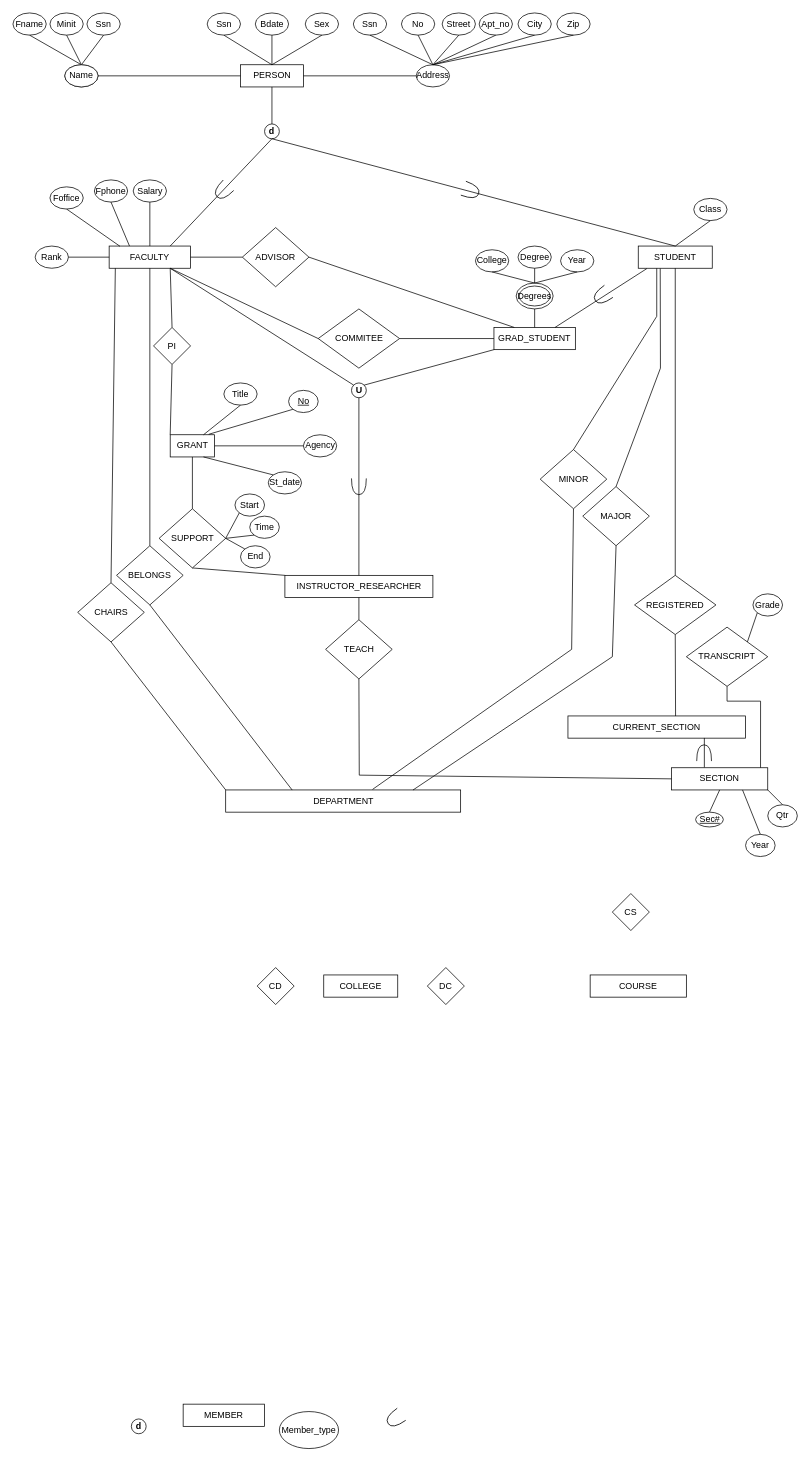
This is page "Page-4" (4 of 4) of 3.25.drawio from DuvNguyen/database, a draw.io file, before an edit. Source tidied: cells renumbered, new cells numbered last; positions are measured from the earlier drawing's top-left corner, leaving out a move shared by most shapes. Both pictures are drawn from the tidied source at 74%, with x=0, y=0 at pixel (13, 13).
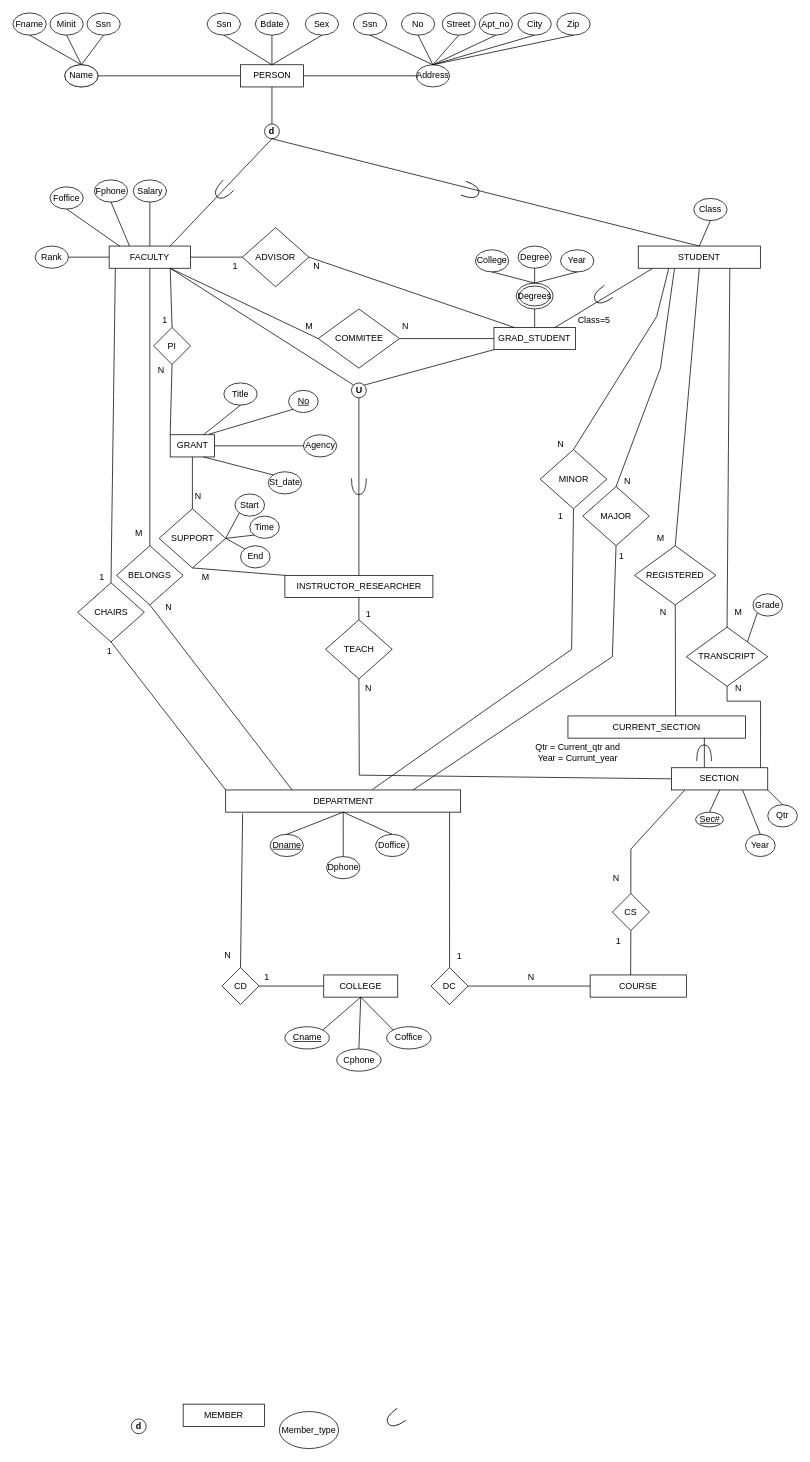
After the change.

The change refers to these unchanged cells:
```xml
<mxCell id="16" value="DEPARTMENT" style="rounded=0;whiteSpace=wrap;html=1;" parent="1" vertex="1">
  <mxGeometry x="287.5" y="1050" width="317.5" height="30" as="geometry" />
</mxCell>
<mxCell id="18" value="COLLEGE" style="rounded=0;whiteSpace=wrap;html=1;" parent="1" vertex="1">
  <mxGeometry x="420" y="1300" width="100" height="30" as="geometry" />
</mxCell>
<mxCell id="20" value="COURSE" style="rounded=0;whiteSpace=wrap;html=1;" parent="1" vertex="1">
  <mxGeometry x="780" y="1300" width="130" height="30" as="geometry" />
</mxCell>
<mxCell id="23" value="TRANSCRIPT" style="rhombus;whiteSpace=wrap;html=1;" parent="1" vertex="1">
  <mxGeometry x="910" y="830" width="110" height="80" as="geometry" />
</mxCell>
<mxCell id="92" value="SECTION" style="rounded=0;whiteSpace=wrap;html=1;" parent="1" vertex="1">
  <mxGeometry x="890" y="1020" width="130" height="30" as="geometry" />
</mxCell>
<mxCell id="113" value="CS" style="rhombus;whiteSpace=wrap;html=1;" parent="1" vertex="1">
  <mxGeometry x="810" y="1190" width="50" height="50" as="geometry" />
</mxCell>
```

Diff of the diagram source:
```diff
@@
     <mxCell id="17" value="CD" style="rhombus;whiteSpace=wrap;html=1;" parent="1" vertex="1">
-      <mxGeometry x="330" y="1290" width="50" height="50" as="geometry" />
+      <mxGeometry x="282.5" y="1290" width="50" height="50" as="geometry" />
     </mxCell>
@@
     <mxCell id="19" value="DC" style="rhombus;whiteSpace=wrap;html=1;" parent="1" vertex="1">
-      <mxGeometry x="560" y="1290" width="50" height="50" as="geometry" />
+      <mxGeometry x="565" y="1290" width="50" height="50" as="geometry" />
     </mxCell>
@@
     <mxCell id="22" value="REGISTERED" style="rhombus;whiteSpace=wrap;html=1;" parent="1" vertex="1">
-      <mxGeometry x="840" y="760" width="110" height="80" as="geometry" />
+      <mxGeometry x="840" y="720" width="110" height="80" as="geometry" />
     </mxCell>
@@
     <mxCell id="24" value="STUDENT" style="rounded=0;whiteSpace=wrap;html=1;" parent="1" vertex="1">
-      <mxGeometry x="845" y="315" width="100" height="30" as="geometry" />
+      <mxGeometry x="845" y="315" width="165" height="30" as="geometry" />
     </mxCell>
@@
+    <mxCell id="136" style="endArrow=none;html=1;rounded=0;entryX=0.75;entryY=1;entryDx=0;entryDy=0;exitX=0.5;exitY=0;exitDx=0;exitDy=0;" parent="1" edge="1" source="23" target="24">
+      <mxGeometry relative="1" as="geometry" />
+    </mxCell>
+    <mxCell id="137" value="&lt;u&gt;Dname&lt;/u&gt;" style="ellipse;whiteSpace=wrap;html=1;" parent="1" vertex="1">
+      <mxGeometry x="347.5" y="1110" width="45" height="30" as="geometry" />
+    </mxCell>
+    <mxCell id="138" value="Dphone" style="ellipse;whiteSpace=wrap;html=1;" parent="1" vertex="1">
+      <mxGeometry x="423.8" y="1140" width="45" height="30" as="geometry" />
+    </mxCell>
+    <mxCell id="139" value="Doffice" style="ellipse;whiteSpace=wrap;html=1;" parent="1" vertex="1">
+      <mxGeometry x="490" y="1110" width="45" height="30" as="geometry" />
+    </mxCell>
+    <mxCell id="140" style="endArrow=none;html=1;rounded=0;entryX=0.5;entryY=1;entryDx=0;entryDy=0;exitX=0.5;exitY=0;exitDx=0;exitDy=0;" parent="1" edge="1" source="137" target="16">
+      <mxGeometry relative="1" as="geometry" />
+    </mxCell>
+    <mxCell id="141" style="endArrow=none;html=1;rounded=0;entryX=0.5;entryY=1;entryDx=0;entryDy=0;exitX=0.5;exitY=0;exitDx=0;exitDy=0;" parent="1" edge="1" source="138" target="16">
+      <mxGeometry relative="1" as="geometry" />
+    </mxCell>
+    <mxCell id="142" style="endArrow=none;html=1;rounded=0;entryX=0.5;entryY=1;entryDx=0;entryDy=0;exitX=0.5;exitY=0;exitDx=0;exitDy=0;" parent="1" edge="1" source="139" target="16">
+      <mxGeometry relative="1" as="geometry" />
+    </mxCell>
+    <mxCell id="143" value="&lt;u&gt;Cname&lt;/u&gt;" style="ellipse;whiteSpace=wrap;html=1;" parent="1" vertex="1">
+      <mxGeometry x="367.5" y="1370" width="60" height="30" as="geometry" />
+    </mxCell>
+    <mxCell id="144" value="Cphone" style="ellipse;whiteSpace=wrap;html=1;" parent="1" vertex="1">
+      <mxGeometry x="437.5" y="1400" width="60" height="30" as="geometry" />
+    </mxCell>
+    <mxCell id="145" value="Coffice" style="ellipse;whiteSpace=wrap;html=1;" parent="1" vertex="1">
+      <mxGeometry x="505" y="1370" width="60" height="30" as="geometry" />
+    </mxCell>
+    <mxCell id="146" style="endArrow=none;html=1;rounded=0;entryX=1;entryY=0.5;entryDx=0;entryDy=0;exitX=0;exitY=0.5;exitDx=0;exitDy=0;" parent="1" edge="1" source="18" target="17">
+      <mxGeometry relative="1" as="geometry" />
+    </mxCell>
+    <mxCell id="147" style="endArrow=none;html=1;rounded=0;entryX=0.5;entryY=1;entryDx=0;entryDy=0;exitX=1;exitY=0;exitDx=0;exitDy=0;" parent="1" edge="1" source="143" target="18">
+      <mxGeometry relative="1" as="geometry" />
+    </mxCell>
+    <mxCell id="148" style="endArrow=none;html=1;rounded=0;exitX=0.5;exitY=0;exitDx=0;exitDy=0;" parent="1" edge="1" source="144">
+      <mxGeometry relative="1" as="geometry">
+        <mxPoint x="470" y="1330" as="targetPoint" />
+      </mxGeometry>
+    </mxCell>
+    <mxCell id="149" style="endArrow=none;html=1;rounded=0;entryX=0.5;entryY=1;entryDx=0;entryDy=0;exitX=0;exitY=0;exitDx=0;exitDy=0;" parent="1" edge="1" source="145" target="18">
+      <mxGeometry relative="1" as="geometry" />
+    </mxCell>
+    <mxCell id="150" style="endArrow=none;html=1;rounded=0;entryX=0.072;entryY=1.059;entryDx=0;entryDy=0;entryPerimeter=0;exitX=0.5;exitY=0;exitDx=0;exitDy=0;" parent="1" edge="1" source="17" target="16">
+      <mxGeometry relative="1" as="geometry" />
+    </mxCell>
+    <mxCell id="151" style="endArrow=none;html=1;rounded=0;entryX=0.953;entryY=1;entryDx=0;entryDy=0;entryPerimeter=0;exitX=0.5;exitY=0;exitDx=0;exitDy=0;" parent="1" edge="1" source="19" target="16">
+      <mxGeometry relative="1" as="geometry" />
+    </mxCell>
+    <mxCell id="152" style="endArrow=none;html=1;rounded=0;exitX=1;exitY=0.5;exitDx=0;exitDy=0;entryX=0;entryY=0.5;entryDx=0;entryDy=0;" parent="1" edge="1" source="19" target="20">
+      <mxGeometry relative="1" as="geometry" />
+    </mxCell>
+    <mxCell id="153" style="endArrow=none;html=1;rounded=0;exitX=0.5;exitY=1;exitDx=0;exitDy=0;entryX=0.421;entryY=0.005;entryDx=0;entryDy=0;entryPerimeter=0;" parent="1" edge="1" source="113" target="20">
+      <mxGeometry relative="1" as="geometry" />
+    </mxCell>
+    <mxCell id="154" style="endArrow=none;html=1;rounded=0;exitX=0.5;exitY=0;exitDx=0;exitDy=0;entryX=0.136;entryY=1.014;entryDx=0;entryDy=0;entryPerimeter=0;" parent="1" edge="1" source="113" target="92">
+      <mxGeometry relative="1" as="geometry">
+        <Array as="points">
+          <mxPoint x="835" y="1130" />
+        </Array>
+      </mxGeometry>
+    </mxCell>
+    <mxCell id="155" value="1" style="text;html=1;align=center;verticalAlign=middle;strokeColor=none;fillColor=none;" parent="1" vertex="1">
+      <mxGeometry x="285" y="328" width="30" height="30" as="geometry" />
+    </mxCell>
+    <mxCell id="156" value="N" style="text;html=1;align=center;verticalAlign=middle;strokeColor=none;fillColor=none;" parent="1" vertex="1">
+      <mxGeometry x="395" y="328" width="30" height="30" as="geometry" />
+    </mxCell>
+    <mxCell id="157" value="M" style="text;html=1;align=center;verticalAlign=middle;strokeColor=none;fillColor=none;" parent="1" vertex="1">
+      <mxGeometry x="385" y="408" width="30" height="30" as="geometry" />
+    </mxCell>
+    <mxCell id="158" value="N" style="text;html=1;align=center;verticalAlign=middle;strokeColor=none;fillColor=none;" parent="1" vertex="1">
+      <mxGeometry x="515" y="408" width="30" height="30" as="geometry" />
+    </mxCell>
+    <mxCell id="159" value="Class=5" style="text;html=1;align=center;verticalAlign=middle;strokeColor=none;fillColor=none;" parent="1" vertex="1">
+      <mxGeometry x="750" y="400" width="70" height="30" as="geometry" />
+    </mxCell>
+    <mxCell id="160" value="N" style="text;html=1;align=center;verticalAlign=middle;strokeColor=none;fillColor=none;" parent="1" vertex="1">
+      <mxGeometry x="725" y="568" width="30" height="30" as="geometry" />
+    </mxCell>
+    <mxCell id="161" value="N" style="text;html=1;align=center;verticalAlign=middle;strokeColor=none;fillColor=none;" parent="1" vertex="1">
+      <mxGeometry x="815" y="618" width="30" height="30" as="geometry" />
+    </mxCell>
+    <mxCell id="162" value="M" style="text;html=1;align=center;verticalAlign=middle;strokeColor=none;fillColor=none;" parent="1" vertex="1">
+      <mxGeometry x="860" y="695" width="30" height="30" as="geometry" />
+    </mxCell>
+    <mxCell id="163" value="1" style="text;html=1;align=center;verticalAlign=middle;strokeColor=none;fillColor=none;" parent="1" vertex="1">
+      <mxGeometry x="725" y="665" width="30" height="30" as="geometry" />
+    </mxCell>
+    <mxCell id="164" value="1" style="text;html=1;align=center;verticalAlign=middle;strokeColor=none;fillColor=none;" parent="1" vertex="1">
+      <mxGeometry x="807" y="720" width="30" height="30" as="geometry" />
+    </mxCell>
+    <mxCell id="165" value="N&amp;nbsp;" style="text;html=1;align=center;verticalAlign=middle;strokeColor=none;fillColor=none;" parent="1" vertex="1">
+      <mxGeometry x="860" y="795" width="40" height="30" as="geometry" />
+    </mxCell>
+    <mxCell id="166" value="M" style="text;html=1;align=center;verticalAlign=middle;strokeColor=none;fillColor=none;" parent="1" vertex="1">
+      <mxGeometry x="965" y="795" width="30" height="30" as="geometry" />
+    </mxCell>
+    <mxCell id="167" value="N" style="text;html=1;align=center;verticalAlign=middle;strokeColor=none;fillColor=none;" parent="1" vertex="1">
+      <mxGeometry x="965" y="898" width="30" height="30" as="geometry" />
+    </mxCell>
+    <mxCell id="168" value="Qtr = Current_qtr and&lt;div&gt;Year = Currunt_year&lt;/div&gt;" style="text;html=1;align=center;verticalAlign=middle;strokeColor=none;fillColor=none;" parent="1" vertex="1">
+      <mxGeometry x="692.5" y="980" width="140" height="40" as="geometry" />
+    </mxCell>
+    <mxCell id="169" value="N" style="text;html=1;align=center;verticalAlign=middle;strokeColor=none;fillColor=none;" parent="1" vertex="1">
+      <mxGeometry x="800" y="1155" width="30" height="30" as="geometry" />
+    </mxCell>
+    <mxCell id="170" value="1" style="text;html=1;align=center;verticalAlign=middle;strokeColor=none;fillColor=none;" parent="1" vertex="1">
+      <mxGeometry x="802.5" y="1240" width="30" height="30" as="geometry" />
+    </mxCell>
+    <mxCell id="171" value="N" style="text;html=1;align=center;verticalAlign=middle;strokeColor=none;fillColor=none;" parent="1" vertex="1">
+      <mxGeometry x="685" y="1288" width="30" height="30" as="geometry" />
+    </mxCell>
+    <mxCell id="172" value="1" style="text;html=1;align=center;verticalAlign=middle;strokeColor=none;fillColor=none;" parent="1" vertex="1">
+      <mxGeometry x="587.5" y="1260" width="30" height="30" as="geometry" />
+    </mxCell>
+    <mxCell id="173" value="N" style="text;html=1;align=center;verticalAlign=middle;strokeColor=none;fillColor=none;" parent="1" vertex="1">
+      <mxGeometry x="275" y="1258" width="30" height="30" as="geometry" />
+    </mxCell>
+    <mxCell id="174" value="1" style="text;html=1;align=center;verticalAlign=middle;strokeColor=none;fillColor=none;" parent="1" vertex="1">
+      <mxGeometry x="327.5" y="1288" width="30" height="30" as="geometry" />
+    </mxCell>
+    <mxCell id="175" value="1" style="text;html=1;align=center;verticalAlign=middle;strokeColor=none;fillColor=none;" parent="1" vertex="1">
+      <mxGeometry x="115" y="848" width="30" height="30" as="geometry" />
+    </mxCell>
+    <mxCell id="176" value="1" style="text;html=1;align=center;verticalAlign=middle;strokeColor=none;fillColor=none;" parent="1" vertex="1">
+      <mxGeometry x="105" y="748" width="30" height="30" as="geometry" />
+    </mxCell>
+    <mxCell id="177" value="N" style="text;html=1;align=center;verticalAlign=middle;strokeColor=none;fillColor=none;" parent="1" vertex="1">
+      <mxGeometry x="195" y="788" width="30" height="30" as="geometry" />
+    </mxCell>
+    <mxCell id="178" value="M" style="text;html=1;align=center;verticalAlign=middle;strokeColor=none;fillColor=none;" parent="1" vertex="1">
+      <mxGeometry x="155" y="688" width="30" height="30" as="geometry" />
+    </mxCell>
+    <mxCell id="179" value="M" style="text;html=1;align=center;verticalAlign=middle;strokeColor=none;fillColor=none;" parent="1" vertex="1">
+      <mxGeometry x="245" y="748" width="30" height="30" as="geometry" />
+    </mxCell>
+    <mxCell id="180" value="N" style="text;html=1;align=center;verticalAlign=middle;strokeColor=none;fillColor=none;" parent="1" vertex="1">
+      <mxGeometry x="235" y="638" width="30" height="30" as="geometry" />
+    </mxCell>
+    <mxCell id="181" value="N" style="text;html=1;align=center;verticalAlign=middle;strokeColor=none;fillColor=none;" parent="1" vertex="1">
+      <mxGeometry x="465" y="898" width="30" height="30" as="geometry" />
+    </mxCell>
+    <mxCell id="182" value="1" style="text;html=1;align=center;verticalAlign=middle;strokeColor=none;fillColor=none;" parent="1" vertex="1">
+      <mxGeometry x="465" y="798" width="30" height="30" as="geometry" />
+    </mxCell>
+    <mxCell id="183" value="N" style="text;html=1;align=center;verticalAlign=middle;strokeColor=none;fillColor=none;" parent="1" vertex="1">
+      <mxGeometry x="185" y="468" width="30" height="30" as="geometry" />
+    </mxCell>
+    <mxCell id="184" value="1" style="text;html=1;align=center;verticalAlign=middle;strokeColor=none;fillColor=none;" parent="1" vertex="1">
+      <mxGeometry x="190" y="400" width="30" height="30" as="geometry" />
+    </mxCell>
```
